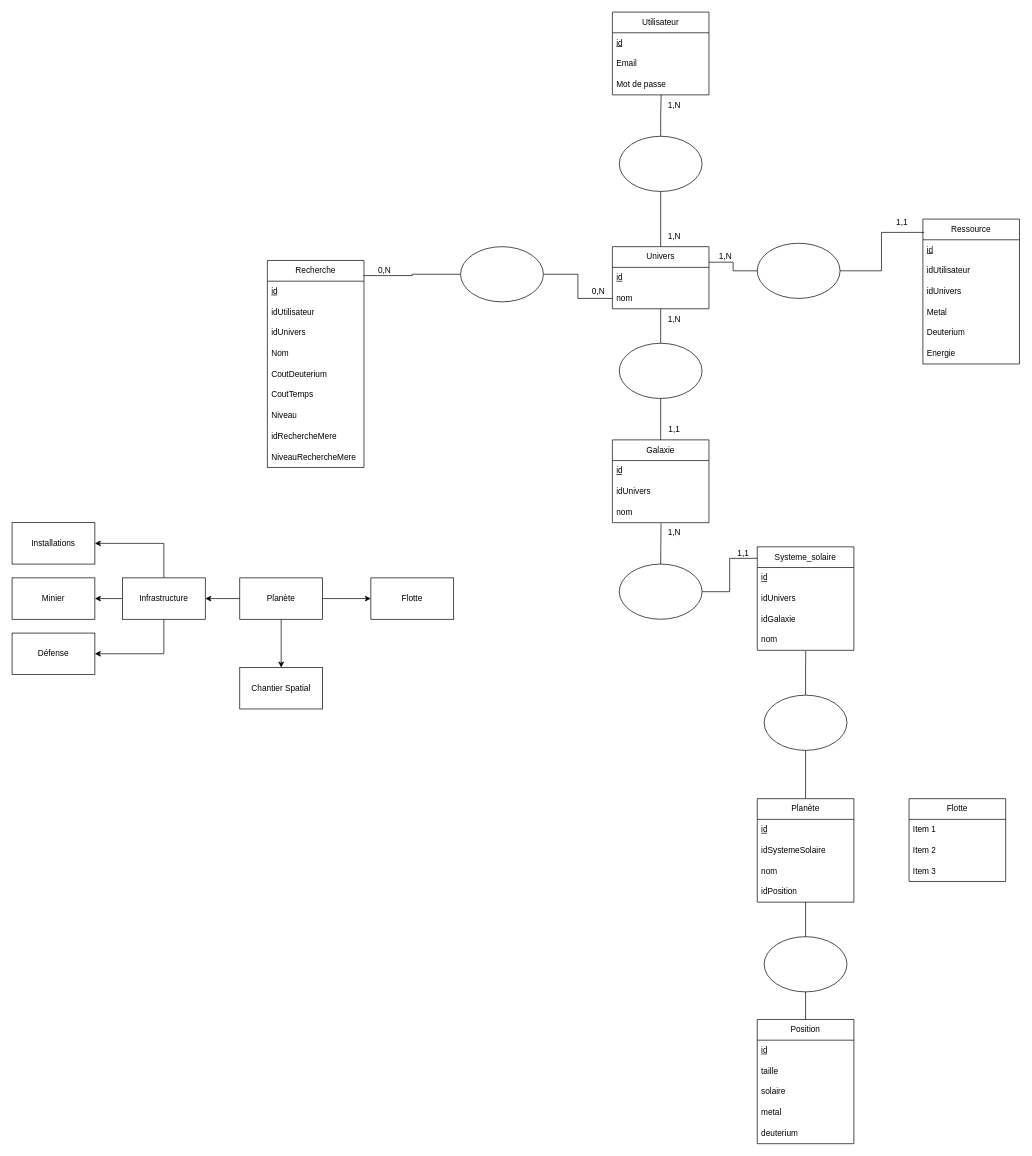
Above: Documents/ESIREM_Galactique.drawio in l-chapus/ProjetWEB (draw.io), before the change. Source tidied: cells renumbered, new cells numbered last; positions are measured from the earlier drawing's top-left corner, leaving out a move shared by most shapes. Both pictures are drawn from the tidied source at 69%, with x=0, y=0 at pixel (12, 12).
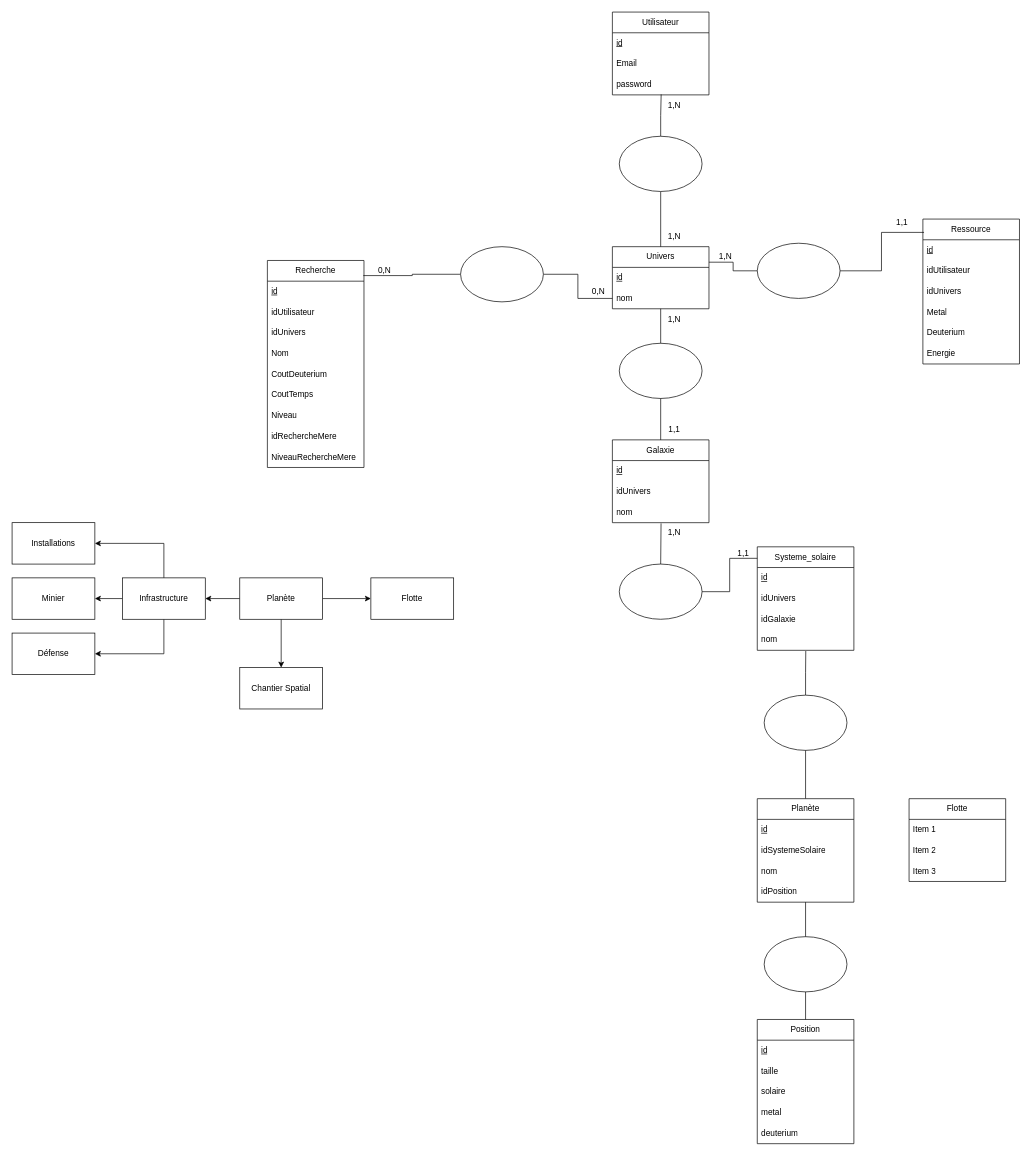
The same diagram, later.

The change refers to these unchanged cells:
```xml
<mxCell id="15" value="Utilisateur" style="swimlane;fontStyle=0;horizontal=1;startSize=30;whiteSpace=wrap;html=1;" parent="1" vertex="1">
  <mxGeometry x="870" width="140" height="120" as="geometry" />
</mxCell>
```

What changed in the source:
```diff
@@
-    <mxCell id="18" value="Mot de passe" style="text;strokeColor=none;fillColor=none;align=left;verticalAlign=middle;spacingLeft=4;spacingRight=4;overflow=hidden;points=[[0,0.5],[1,0.5]];portConstraint=eastwest;whiteSpace=wrap;html=1;" parent="15" vertex="1">
+    <mxCell id="18" value="password" style="text;strokeColor=none;fillColor=none;align=left;verticalAlign=middle;spacingLeft=4;spacingRight=4;overflow=hidden;points=[[0,0.5],[1,0.5]];portConstraint=eastwest;whiteSpace=wrap;html=1;" parent="15" vertex="1">
       <mxGeometry y="90" width="140" height="30" as="geometry" />
     </mxCell>
```
